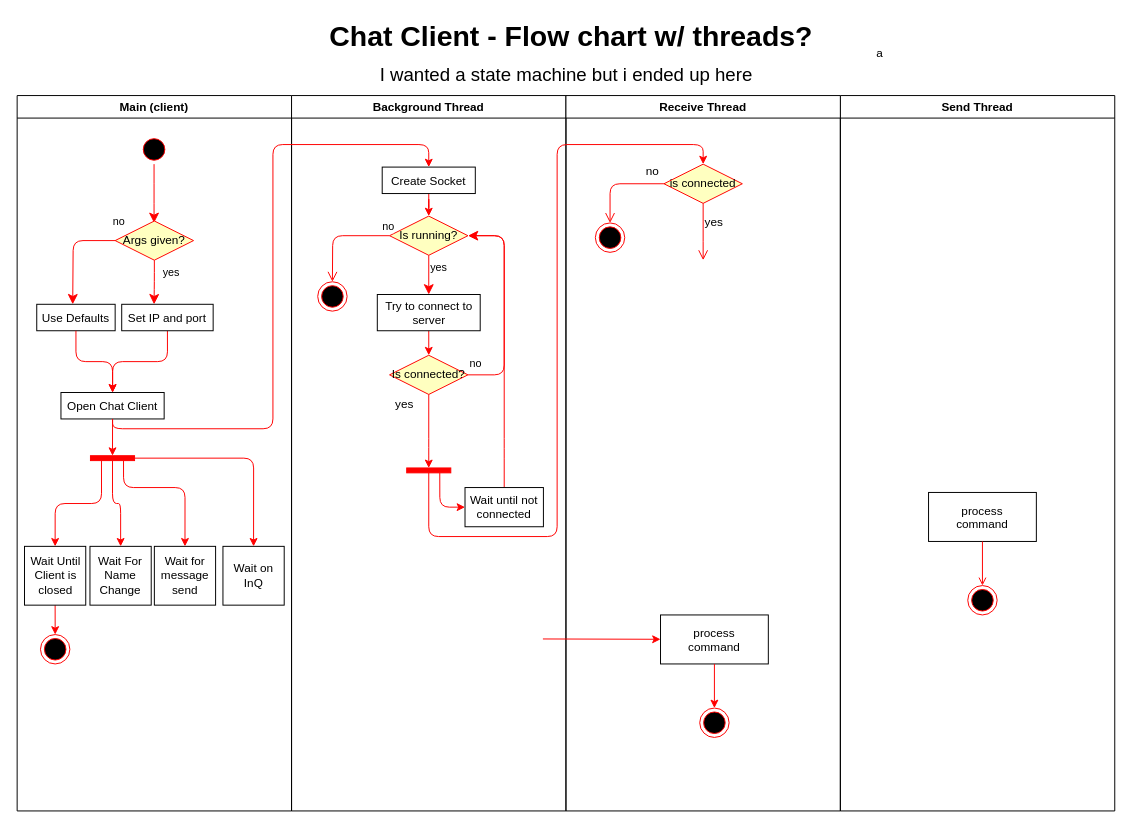
Above: Chat Client Boy/Chat Client.drawio in L-ux/Python-Socket-Server-Stuff (draw.io), before the change. Source tidied: cells renumbered, new cells numbered last; positions are measured from the earlier drawing's top-left corner, leaving out a move shared by most shapes. Both pictures are drawn from the tidied source at 98%, with x=0, y=0 at pixel (17, 17).
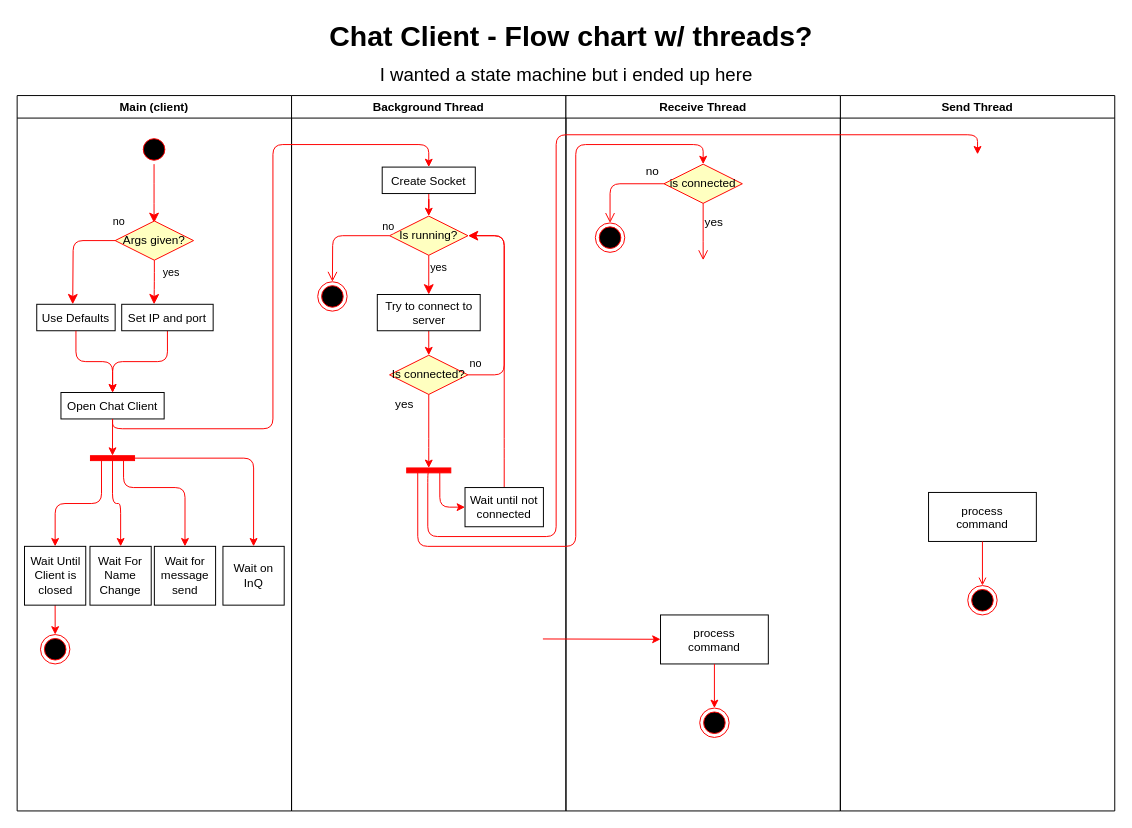
The same diagram, later.

Commit message:
Tiny UML work

Unchanged cells that the change refers to:
```xml
<mxCell id="39" style="whiteSpace=wrap;strokeColor=#FF0000;fillColor=#FF0000;rotation=90;" parent="25" vertex="1">
  <mxGeometry x="137.5" y="360" width="5" height="45" as="geometry" />
</mxCell>
<mxCell id="52" value="&lt;font style=&quot;font-size: 12px;&quot;&gt;is connected&lt;/font&gt;" style="rhombus;whiteSpace=wrap;html=1;fillColor=#ffffc0;strokeColor=#ff0000;fontSize=12;" parent="47" vertex="1">
  <mxGeometry x="100" y="70" width="80" height="40" as="geometry" />
</mxCell>
```

The edit, as a diff of the source:
```diff
@@
-    <mxCell id="58" value="&lt;font style=&quot;font-size: 12px&quot;&gt;a&lt;/font&gt;" style="text;html=1;align=center;verticalAlign=middle;fontSize=19;" parent="1" vertex="1">
-      <mxGeometry x="870" y="20" width="20" height="30" as="geometry" />
-    </mxCell>
-    <mxCell id="59" style="edgeStyle=orthogonalEdgeStyle;rounded=1;jettySize=auto;html=1;exitX=1;exitY=0.5;exitDx=0;exitDy=0;entryX=0.5;entryY=0;entryDx=0;entryDy=0;strokeColor=#FF0000;fontSize=12;" parent="1" edge="1" source="39" target="52">
+    <mxCell id="59" style="edgeStyle=orthogonalEdgeStyle;rounded=1;jettySize=auto;html=1;exitX=1;exitY=0.75;exitDx=0;exitDy=0;entryX=0.5;entryY=0;entryDx=0;entryDy=0;strokeColor=#FF0000;fontSize=12;" parent="1" edge="1" source="39" target="52">
       <mxGeometry relative="1" as="geometry">
         <Array as="points">
-          <mxPoint x="420" y="530" />
-          <mxPoint x="551" y="530" />
-          <mxPoint x="551" y="130" />
+          <mxPoint x="409" y="540" />
+          <mxPoint x="570" y="540" />
+          <mxPoint x="570" y="130" />
           <mxPoint x="700" y="130" />
         </Array>
       </mxGeometry>
     </mxCell>
+    <mxCell id="60" style="edgeStyle=orthogonalEdgeStyle;rounded=1;jettySize=auto;html=1;exitX=1;exitY=0.5;exitDx=0;exitDy=0;strokeColor=#FF0000;fontSize=12;" parent="1" edge="1" source="39">
+      <mxGeometry relative="1" as="geometry">
+        <mxPoint x="980" y="140" as="targetPoint" />
+        <Array as="points">
+          <mxPoint x="419" y="465" />
+          <mxPoint x="419" y="530" />
+          <mxPoint x="550" y="530" />
+          <mxPoint x="550" y="120" />
+          <mxPoint x="980" y="120" />
+          <mxPoint x="980" y="140" />
+        </Array>
+      </mxGeometry>
+    </mxCell>
```
